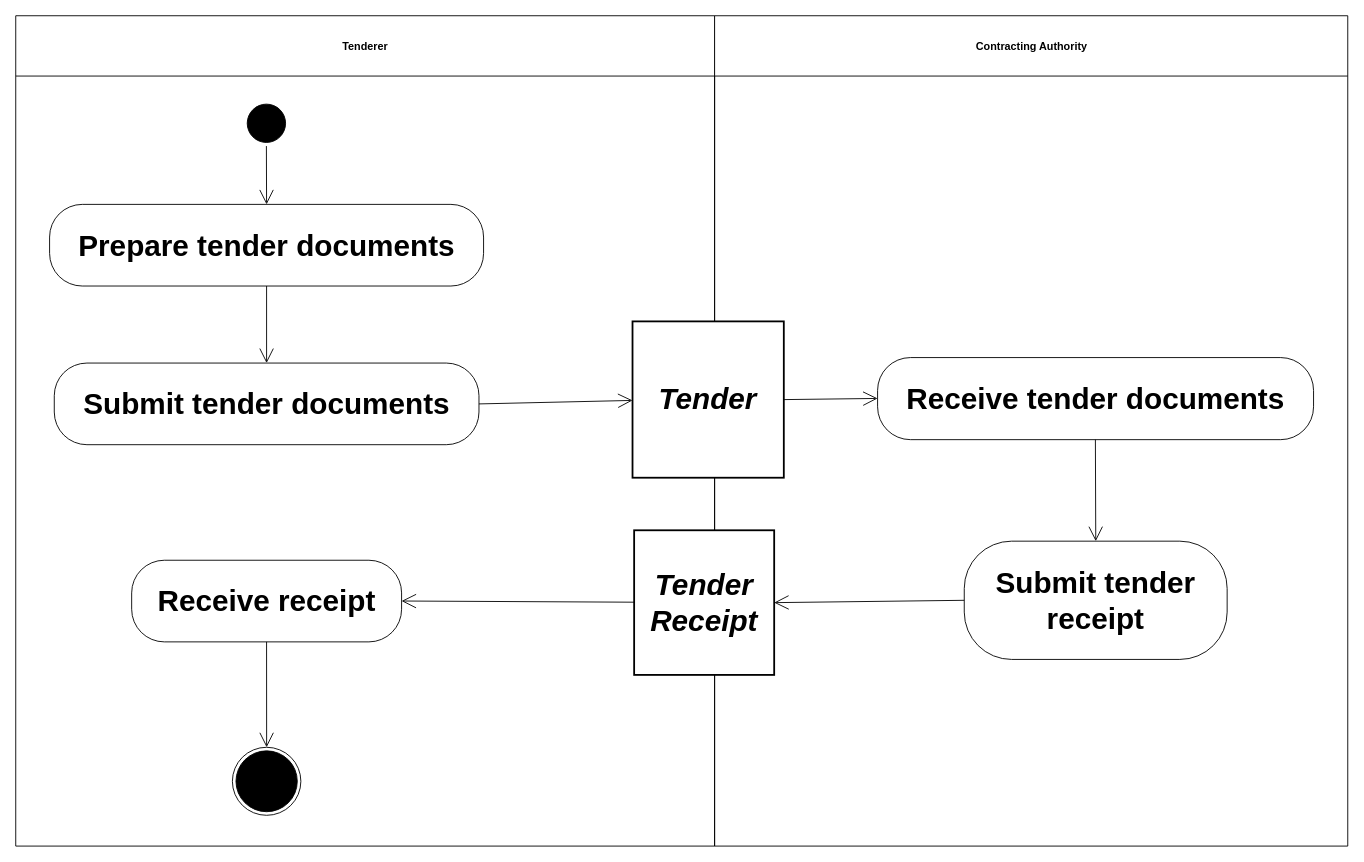
Earlier version of the draw.io diagram diagrams/UBL-2.2-Tender-SubmissionOfTenders/UBL-2.2-Tender-SubmissionOfTenders.drawio (kduvekot/ubl-work-on-svg-images). Source tidied: cells renumbered, new cells numbered last; positions are measured from the earlier drawing's top-left corner, leaving out a move shared by most shapes. Both pictures are drawn from the tidied source at 90%, with x=0, y=0 at pixel (15, 15).
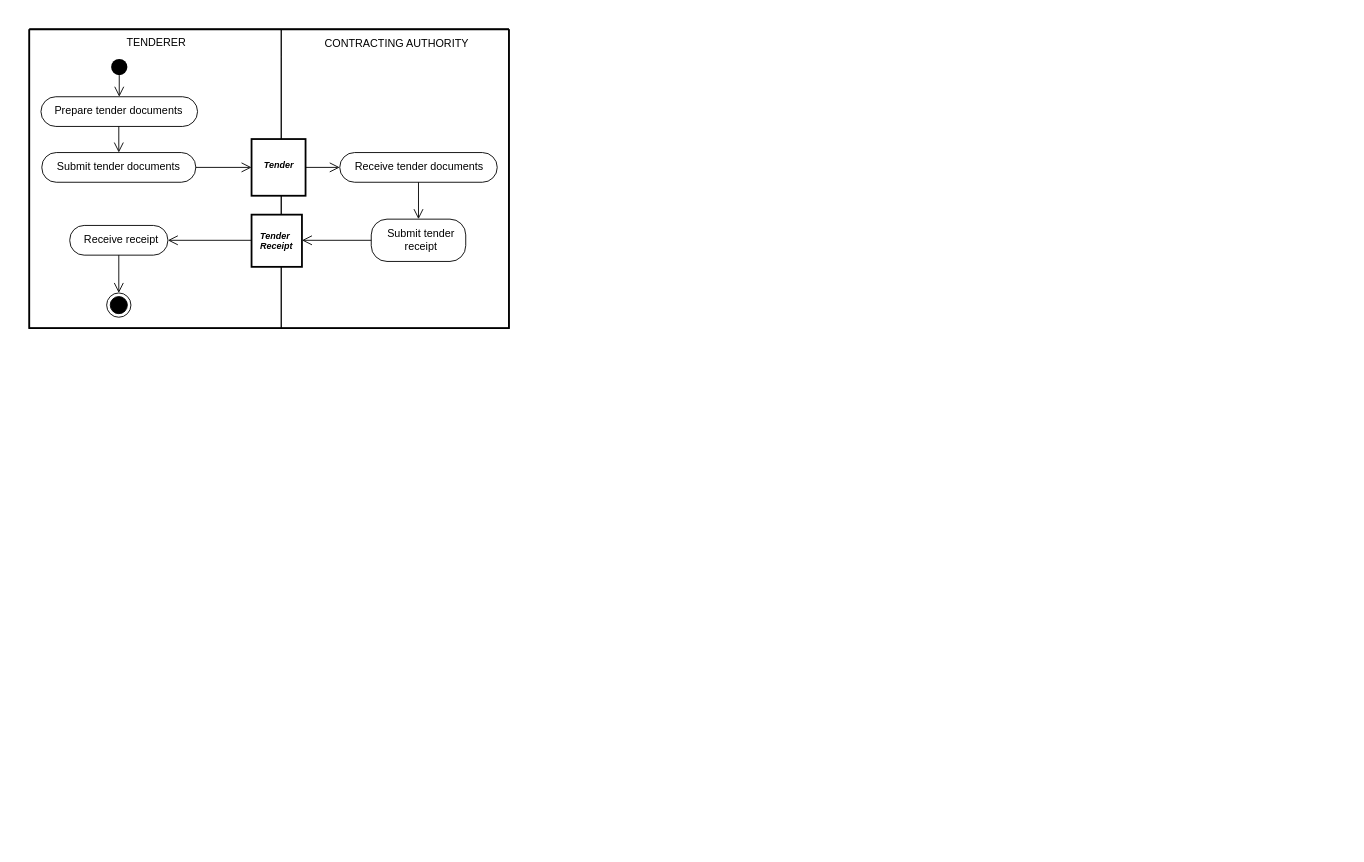
The same page after the edit.

The edit, as a diff of the source:
```diff
@@
+    <mxCell id="21" style="swimlane;html=1;startSize=0;whiteSpace=wrap;fillColor=none;strokeWidth=2;" parent="1" vertex="1">
+      <mxGeometry x="15" y="15" width="533" height="332" as="geometry" />
+    </mxCell>
-    <mxCell id="2" value="Tenderer" style="swimlane;whiteSpace=wrap;html=1;startSize=67;" parent="1" vertex="1">
-      <mxGeometry width="776.5" height="922.6" as="geometry" />
+    <mxCell id="2" value="TENDERER" style="swimlane;horizontal=1;startSize=30;swimlaneLine=0;html=1;fillColor=none;fontSize=12;fontStyle=0;spacing=0;spacingLeft=2;" parent="21" vertex="1">
+      <mxGeometry width="280" height="332" as="geometry" />
     </mxCell>
-    <mxCell id="3" value="Contracting Authority" style="swimlane;whiteSpace=wrap;html=1;startSize=67;" parent="1" vertex="1">
-      <mxGeometry x="776.5" width="703.5" height="922.6" as="geometry" />
+    <mxCell id="3" value="CONTRACTING AUTHORITY" style="swimlane;horizontal=1;startSize=31;swimlaneLine=0;html=1;fillColor=none;fontSize=12;fontStyle=0;spacing=0;spacingLeft=2;" parent="21" vertex="1">
+      <mxGeometry x="280" width="253" height="332" as="geometry" />
     </mxCell>
-    <mxCell id="4" style="ellipse;html=1;shape=startState;fillColor=#000000;strokeColor=#000000;fontFamily=Helvetica;fontSize=33;" parent="1" vertex="1">
-      <mxGeometry x="253.2" y="94.2" width="50.6" height="50.6" as="geometry" />
+    <mxCell id="4" style="ellipse;shape=startState;fillColor=#000000;strokeColor=none;html=1;" parent="2" vertex="1">
+      <mxGeometry x="87" y="29" width="26" height="26" as="geometry" />
     </mxCell>
-    <mxCell id="5" value="Prepare tender documents" style="rounded=1;arcSize=40;whiteSpace=wrap;html=1;fontStyle=1;fontFamily=Helvetica;fontSize=33;" parent="1" vertex="1">
-      <mxGeometry x="37.6" y="209.6" width="482.2" height="90.7" as="geometry" />
+    <mxCell id="5" value="Prepare tender documents" style="rounded=1;absoluteArcSize=1;arcSize=33;html=1;whiteSpace=nowrap;fontSize=12;fontStyle=0;align=center;verticalAlign=middle;spacing=0;spacingRight=3;spacingBottom=1;" parent="2" vertex="1">
+      <mxGeometry x="13" y="75" width="174" height="33" as="geometry" />
     </mxCell>
-    <mxCell id="6" value="Tender" style="rounded=0;whiteSpace=wrap;html=1;fontStyle=3;strokeWidth=2;fontFamily=Helvetica;fontSize=33;" parent="1" vertex="1">
-      <mxGeometry x="685.3" y="339.6" width="168.1" height="173.7" as="geometry" />
+    <mxCell id="6" value="Tender" style="rounded=0;html=1;whiteSpace=nowrap;fontSize=10;fontStyle=3;align=center;verticalAlign=middle;spacing=0;spacingBottom=6;strokeWidth=2;" parent="3" vertex="1">
+      <mxGeometry x="-33" y="122" width="60" height="63" as="geometry" />
     </mxCell>
-    <mxCell id="7" value="Receive tender documents" style="rounded=1;arcSize=40;whiteSpace=wrap;html=1;fontStyle=1;fontFamily=Helvetica;fontSize=33;" parent="1" vertex="1">
-      <mxGeometry x="957.6" y="379.8" width="484.4" height="91.2" as="geometry" />
+    <mxCell id="7" value="Receive tender documents" style="rounded=1;absoluteArcSize=1;arcSize=33;html=1;whiteSpace=nowrap;fontSize=12;fontStyle=0;align=center;verticalAlign=middle;spacing=0;spacingBottom=1;" parent="3" vertex="1">
+      <mxGeometry x="65" y="137" width="175" height="33" as="geometry" />
     </mxCell>
-    <mxCell id="8" value="Submit tender documents" style="rounded=1;arcSize=40;whiteSpace=wrap;html=1;fontStyle=1;fontFamily=Helvetica;fontSize=33;" parent="1" vertex="1">
-      <mxGeometry x="42.8" y="385.9" width="471.9" height="90.7" as="geometry" />
+    <mxCell id="8" value="Submit tender documents" style="rounded=1;absoluteArcSize=1;arcSize=32;html=1;whiteSpace=nowrap;fontSize=12;fontStyle=0;align=center;verticalAlign=middle;spacing=0;spacingRight=2;spacingBottom=1;" parent="2" vertex="1">
+      <mxGeometry x="14" y="137" width="171" height="33" as="geometry" />
     </mxCell>
-    <mxCell id="9" value="Tender Receipt" style="rounded=0;whiteSpace=wrap;html=1;fontStyle=3;strokeWidth=2;fontFamily=Helvetica;fontSize=33;" parent="1" vertex="1">
-      <mxGeometry x="687.1" y="571.7" width="155.6" height="160.7" as="geometry" />
+    <mxCell id="9" value="Tender&lt;br&gt;Receipt" style="rounded=0;html=1;whiteSpace=nowrap;fontSize=10;fontStyle=3;align=left;verticalAlign=middle;spacing=0;spacingLeft=10;spacingBottom=1;strokeWidth=2;" parent="3" vertex="1">
+      <mxGeometry x="-33" y="206" width="56" height="58" as="geometry" />
     </mxCell>
-    <mxCell id="10" value="Submit tender receipt" style="rounded=1;arcSize=40;whiteSpace=wrap;html=1;fontStyle=1;fontFamily=Helvetica;fontSize=33;" parent="1" vertex="1">
-      <mxGeometry x="1053.9" y="583.8" width="292.1" height="131.4" as="geometry" />
+    <mxCell id="10" value="Submit tender&lt;br&gt;receipt" style="rounded=1;absoluteArcSize=1;arcSize=35;html=1;whiteSpace=nowrap;fontSize=12;fontStyle=0;align=center;verticalAlign=middle;spacing=0;spacingLeft=5;spacingBottom=1;" parent="3" vertex="1">
+      <mxGeometry x="100" y="211" width="105" height="47" as="geometry" />
     </mxCell>
-    <mxCell id="11" value="Receive receipt" style="rounded=1;arcSize=40;whiteSpace=wrap;html=1;fontStyle=1;fontFamily=Helvetica;fontSize=33;" parent="1" vertex="1">
-      <mxGeometry x="128.8" y="605" width="299.9" height="90.7" as="geometry" />
+    <mxCell id="11" value="Receive receipt" style="rounded=1;absoluteArcSize=1;arcSize=32;html=1;whiteSpace=nowrap;fontSize=12;fontStyle=0;align=center;verticalAlign=middle;spacing=0;spacingLeft=5;spacingBottom=1;" parent="2" vertex="1">
+      <mxGeometry x="45" y="218" width="109" height="33" as="geometry" />
     </mxCell>
-    <mxCell id="12" style="ellipse;html=1;shape=endState;fillColor=#000000;strokeColor=#000000;fontFamily=Helvetica;fontSize=33;" parent="1" vertex="1">
-      <mxGeometry x="240.7" y="812.8" width="76.1" height="75.6" as="geometry" />
+    <mxCell id="12" style="ellipse;shape=endState;fillColor=#000000;html=1;" parent="2" vertex="1">
+      <mxGeometry x="86" y="293" width="27" height="27" as="geometry" />
     </mxCell>
-    <mxCell id="13" style="edgeStyle=none;rounded=0;html=1;endArrow=open;endFill=0;endSize=14;exitX=0.496;exitY=1.0;entryX=0.5;entryY=0.0;" parent="1" edge="1" source="4" target="5">
+    <mxCell id="13" style="edgeStyle=none;rounded=0;html=1;endArrow=open;endFill=0;endSize=9;exitPerimeter=0;entryX=0.5;entryY=0;entryPerimeter=0;exitX=0.5;exitY=0.8479;" parent="2" edge="1" source="4" target="5">
       <mxGeometry relative="1" as="geometry" />
     </mxCell>
-    <mxCell id="14" style="edgeStyle=none;rounded=0;html=1;endArrow=open;endFill=0;endSize=14;exitX=0.5;exitY=1.0;entryX=0.4999;entryY=0.0;" parent="1" edge="1" source="5" target="8">
+    <mxCell id="14" style="edgeStyle=none;rounded=0;html=1;endArrow=open;endFill=0;endSize=9;exitPerimeter=0;entryX=0.5;entryY=0;entryPerimeter=0;exitX=0.497126;exitY=1;" parent="2" edge="1" source="5" target="8">
       <mxGeometry relative="1" as="geometry" />
     </mxCell>
-    <mxCell id="15" style="edgeStyle=none;rounded=0;html=1;endArrow=open;endFill=0;endSize=14;exitX=1.0;exitY=0.5003;entryX=0.0;entryY=0.4978;" parent="1" edge="1" source="6" target="7">
+    <mxCell id="15" style="edgeStyle=none;rounded=0;html=1;endArrow=open;endFill=0;endSize=9;exitX=1;exitY=0.5;exitPerimeter=0;entryX=0;entryY=0.5;entryPerimeter=0;" parent="3" edge="1" source="6" target="7">
       <mxGeometry relative="1" as="geometry" />
     </mxCell>
-    <mxCell id="16" style="edgeStyle=none;rounded=0;html=1;endArrow=open;endFill=0;endSize=14;exitX=1.0;exitY=0.5006;entryX=0.0;entryY=0.5055;" parent="1" edge="1" source="8" target="6">
+    <mxCell id="16" style="edgeStyle=none;rounded=0;html=1;endArrow=open;endFill=0;endSize=9;exitX=1;exitY=0.5;exitPerimeter=0;entryX=0;entryY=0.5;entryPerimeter=0;" parent="21" edge="1" source="8" target="6">
       <mxGeometry relative="1" as="geometry" />
     </mxCell>
-    <mxCell id="17" style="edgeStyle=none;rounded=0;html=1;endArrow=open;endFill=0;endSize=14;exitX=0.4996;exitY=1.0;entryX=0.5002;entryY=0.0;" parent="1" edge="1" source="7" target="10">
+    <mxCell id="17" style="edgeStyle=none;rounded=0;html=1;endArrow=open;endFill=0;endSize=9;exitX=0.5;exitY=1;exitPerimeter=0;entryX=0.5;entryY=0;entryPerimeter=0;" parent="3" edge="1" source="7" target="10">
       <mxGeometry relative="1" as="geometry" />
     </mxCell>
-    <mxCell id="18" style="edgeStyle=none;rounded=0;html=1;endArrow=open;endFill=0;endSize=14;exitX=0.0;exitY=0.4972;entryX=1.0;entryY=0.4994;" parent="1" edge="1" source="9" target="11">
+    <mxCell id="18" style="edgeStyle=none;rounded=0;html=1;endArrow=open;endFill=0;endSize=9;exitPerimeter=0;entryX=1;entryY=0.5;entryPerimeter=0;exitX=0;exitY=0.491379;" parent="21" edge="1" source="9" target="11">
       <mxGeometry relative="1" as="geometry" />
     </mxCell>
-    <mxCell id="19" style="edgeStyle=none;rounded=0;html=1;endArrow=open;endFill=0;endSize=14;exitX=0.0;exitY=0.5;entryX=1.0;entryY=0.5003;" parent="1" edge="1" source="10" target="9">
+    <mxCell id="19" style="edgeStyle=none;rounded=0;html=1;endArrow=open;endFill=0;endSize=9;exitX=0;exitY=0.5;exitPerimeter=0;entryPerimeter=0;entryX=1;entryY=0.491379;" parent="3" edge="1" source="10" target="9">
       <mxGeometry relative="1" as="geometry" />
     </mxCell>
-    <mxCell id="20" style="edgeStyle=none;rounded=0;html=1;endArrow=open;endFill=0;endSize=14;exitX=0.4998;exitY=1.0;entryX=0.4993;entryY=0.0;" parent="1" edge="1" source="11" target="12">
+    <mxCell id="20" style="edgeStyle=none;rounded=0;html=1;endArrow=open;endFill=0;endSize=9;exitX=0.5;exitY=1;exitPerimeter=0;entryPerimeter=0;entryX=0.5;entryY=0;" parent="2" edge="1" source="11" target="12">
       <mxGeometry relative="1" as="geometry" />
     </mxCell>
```
